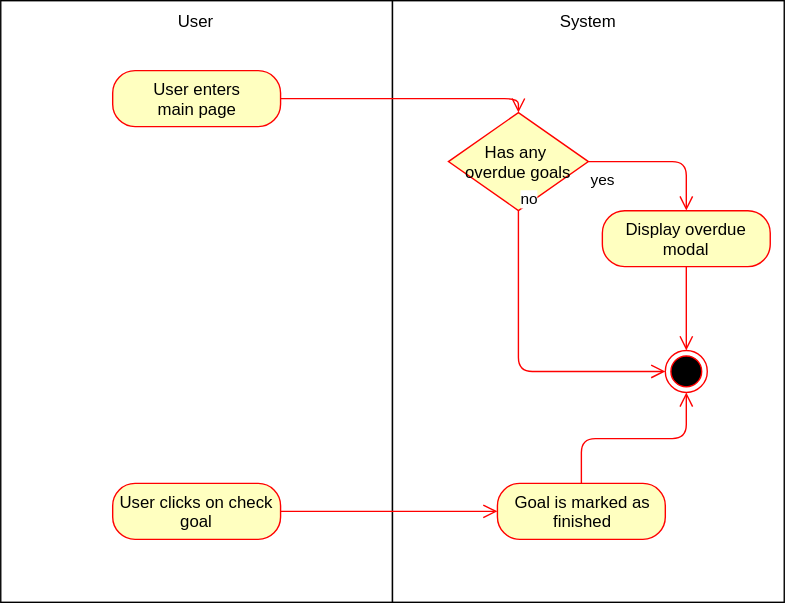
Above: documentation/UCs/Goal Checking/ad_goal_checking.svg in Toaster996/softwareengineering (draw.io), before the change. Source tidied: cells renumbered, new cells last; positions are measured from the earlier drawing's top-left corner, leaving out a move shared by most shapes. Its diagram source:
```xml
<mxGraphModel background="#ffffff">
  <root>
    <mxCell id="0" />
    <mxCell id="1" parent="0" />
    <mxCell id="2" value="User&lt;br&gt;&lt;br&gt;" style="html=1;verticalAlign=top;" parent="1" vertex="1">
      <mxGeometry width="280" height="430" as="geometry" />
    </mxCell>
    <mxCell id="3" value="System&lt;br&gt;" style="html=1;verticalAlign=top;" parent="1" vertex="1">
      <mxGeometry x="280" width="280" height="430" as="geometry" />
    </mxCell>
    <mxCell id="4" value="User enters&lt;br&gt;main page&lt;br&gt;" style="rounded=1;whiteSpace=wrap;html=1;arcSize=40;fillColor=#ffffc0;strokeColor=#ff0000;" parent="1" vertex="1">
      <mxGeometry x="80" y="50" width="120" height="40" as="geometry" />
    </mxCell>
    <mxCell id="5" style="edgeStyle=orthogonalEdgeStyle;html=1;verticalAlign=bottom;endArrow=open;endSize=8;strokeColor=#ff0000;entryX=0.5;entryY=0;" parent="1" edge="1" source="4" target="6">
      <mxGeometry relative="1" as="geometry" />
    </mxCell>
    <mxCell id="6" value="Has any&amp;nbsp;&lt;br&gt;overdue goals&lt;br&gt;" style="rhombus;whiteSpace=wrap;html=1;fillColor=#ffffc0;strokeColor=#ff0000;" parent="1" vertex="1">
      <mxGeometry x="320" y="80" width="100" height="70" as="geometry" />
    </mxCell>
    <mxCell id="7" value="no" style="edgeStyle=orthogonalEdgeStyle;html=1;align=left;verticalAlign=bottom;endArrow=open;endSize=8;strokeColor=#ff0000;" parent="1" edge="1" source="6" target="11">
      <mxGeometry x="-1" relative="1" as="geometry">
        <Array as="points">
          <mxPoint x="370" y="265" />
        </Array>
      </mxGeometry>
    </mxCell>
    <mxCell id="8" value="yes" style="edgeStyle=orthogonalEdgeStyle;html=1;align=left;verticalAlign=top;endArrow=open;endSize=8;strokeColor=#ff0000;entryX=0.5;entryY=0;" parent="1" edge="1" source="6" target="9">
      <mxGeometry x="-1" relative="1" as="geometry" />
    </mxCell>
    <mxCell id="9" value="Display overdue modal" style="rounded=1;whiteSpace=wrap;html=1;arcSize=40;fillColor=#ffffc0;strokeColor=#ff0000;" parent="1" vertex="1">
      <mxGeometry x="430" y="150.1" width="120" height="40" as="geometry" />
    </mxCell>
    <mxCell id="10" style="edgeStyle=orthogonalEdgeStyle;html=1;verticalAlign=bottom;endArrow=open;endSize=8;strokeColor=#ff0000;entryX=0.5;entryY=0;" parent="1" edge="1" source="9" target="11">
      <mxGeometry relative="1" as="geometry" />
    </mxCell>
    <mxCell id="11" style="ellipse;html=1;shape=endState;fillColor=#000000;strokeColor=#ff0000;" parent="1" vertex="1">
      <mxGeometry x="475" y="250" width="30" height="30" as="geometry" />
    </mxCell>
    <mxCell id="12" value="User clicks on check&lt;br&gt;goal&lt;br&gt;" style="rounded=1;whiteSpace=wrap;html=1;arcSize=40;fillColor=#ffffc0;strokeColor=#ff0000;" parent="1" vertex="1">
      <mxGeometry x="80" y="345" width="120" height="40" as="geometry" />
    </mxCell>
    <mxCell id="13" style="edgeStyle=orthogonalEdgeStyle;html=1;verticalAlign=bottom;endArrow=open;endSize=8;strokeColor=#ff0000;entryX=0;entryY=0.5;" parent="1" edge="1" source="12" target="14">
      <mxGeometry relative="1" as="geometry" />
    </mxCell>
    <mxCell id="14" value="Goal is marked as&lt;br&gt;finished&lt;br&gt;" style="rounded=1;whiteSpace=wrap;html=1;arcSize=40;fillColor=#ffffc0;strokeColor=#ff0000;" parent="1" vertex="1">
      <mxGeometry x="355" y="345" width="120" height="40" as="geometry" />
    </mxCell>
    <mxCell id="15" style="edgeStyle=orthogonalEdgeStyle;html=1;verticalAlign=bottom;endArrow=open;endSize=8;strokeColor=#ff0000;entryX=0.5;entryY=1;" parent="1" edge="1" source="14" target="11">
      <mxGeometry relative="1" as="geometry" />
    </mxCell>
  </root>
</mxGraphModel>
```
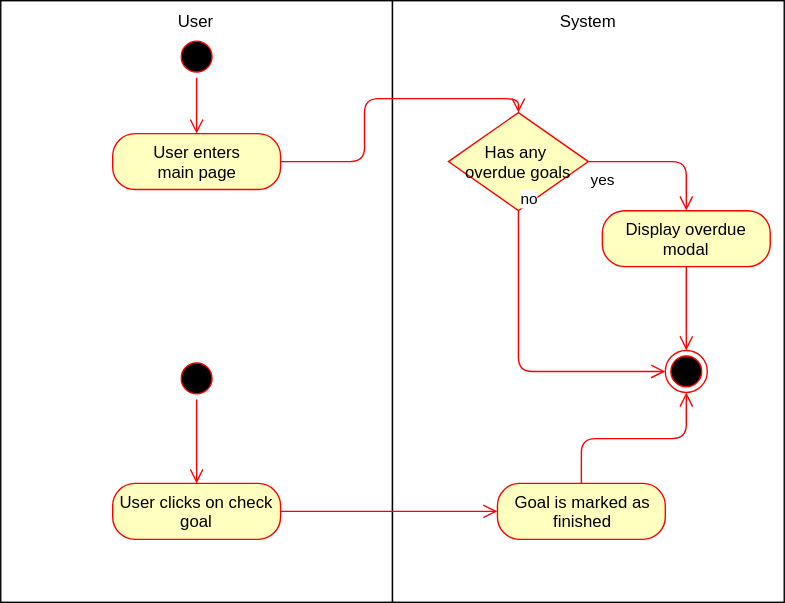
The same diagram one commit later.

Change to the diagram source:
```diff
@@ -9,7 +9,7 @@
       <mxGeometry x="280" width="280" height="430" as="geometry" />
     </mxCell>
     <mxCell id="4" value="User enters&lt;br&gt;main page&lt;br&gt;" style="rounded=1;whiteSpace=wrap;html=1;arcSize=40;fillColor=#ffffc0;strokeColor=#ff0000;" parent="1" vertex="1">
-      <mxGeometry x="80" y="50" width="120" height="40" as="geometry" />
+      <mxGeometry x="80" y="95" width="120" height="40" as="geometry" />
     </mxCell>
     <mxCell id="5" style="edgeStyle=orthogonalEdgeStyle;html=1;verticalAlign=bottom;endArrow=open;endSize=8;strokeColor=#ff0000;entryX=0.5;entryY=0;" parent="1" edge="1" source="4" target="6">
       <mxGeometry relative="1" as="geometry" />
@@ -48,5 +48,19 @@
     <mxCell id="15" style="edgeStyle=orthogonalEdgeStyle;html=1;verticalAlign=bottom;endArrow=open;endSize=8;strokeColor=#ff0000;entryX=0.5;entryY=1;" parent="1" edge="1" source="14" target="11">
       <mxGeometry relative="1" as="geometry" />
     </mxCell>
+    <mxCell id="16" style="ellipse;html=1;shape=startState;fillColor=#000000;strokeColor=#ff0000;" parent="1" vertex="1">
+      <mxGeometry x="125" y="25" width="30" height="30" as="geometry" />
+    </mxCell>
+    <mxCell id="17" style="edgeStyle=orthogonalEdgeStyle;html=1;verticalAlign=bottom;endArrow=open;endSize=8;strokeColor=#ff0000;" parent="1" edge="1" source="16" target="4">
+      <mxGeometry relative="1" as="geometry" />
+    </mxCell>
+    <mxCell id="18" style="ellipse;html=1;shape=startState;fillColor=#000000;strokeColor=#ff0000;" parent="1" vertex="1">
+      <mxGeometry x="125" y="255" width="30" height="30" as="geometry" />
+    </mxCell>
+    <mxCell id="19" style="edgeStyle=orthogonalEdgeStyle;html=1;verticalAlign=bottom;endArrow=open;endSize=8;strokeColor=#ff0000;" parent="1" edge="1" source="18">
+      <mxGeometry relative="1" as="geometry">
+        <mxPoint x="140" y="345" as="targetPoint" />
+      </mxGeometry>
+    </mxCell>
   </root>
 </mxGraphModel>
```
